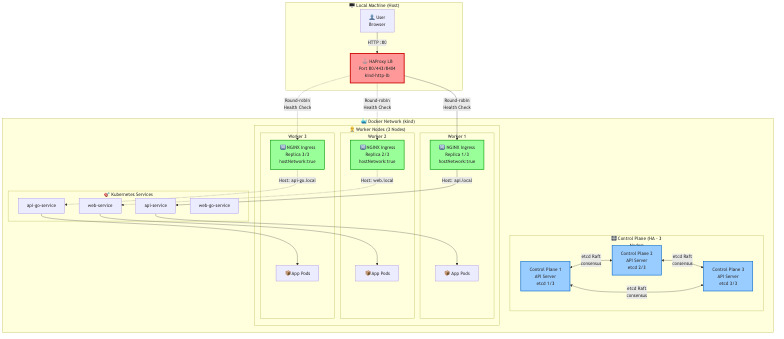
Earlier version of the Mermaid export docs/diagrams/ha-architecture.png (esersahin/datetime-k8s). Its source is kept beside it as docs/diagrams/ha-architecture.mmd.
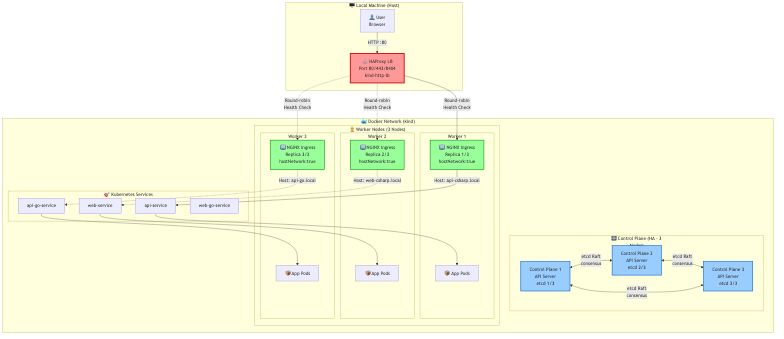
Above is the later version.

What changed in the source:
```diff
@@ -45,8 +45,8 @@
     CP2 <-->|"etcd Raft<br/>consensus"| CP3
     CP3 <-->|"etcd Raft<br/>consensus"| CP1
 
-    NGINX1 -->|"Host: api.local"| APISvc
-    NGINX2 -.->|"Host: web.local"| WebSvc
+    NGINX1 -->|"Host: api-csharp.local"| APISvc
+    NGINX2 -.->|"Host: web-csharp.local"| WebSvc
     NGINX3 -.->|"Host: api-go.local"| APIGoSvc
 
     APISvc --> Pods1
```
